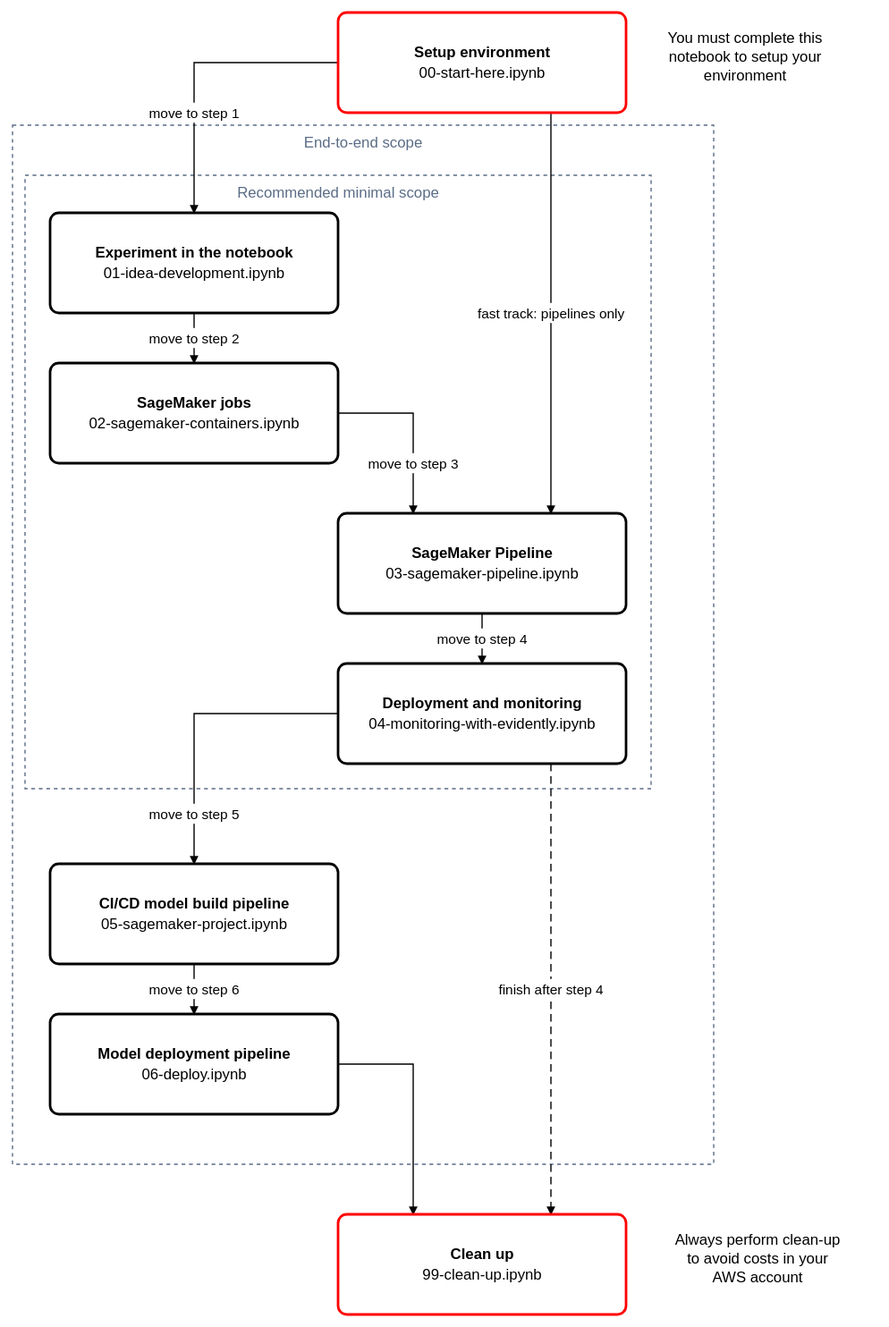
Earlier version of the draw.io export design/workshop-flow.drawio.svg (aws-samples/amazon-sagemaker-from-idea-to-production). Source tidied: cells renumbered, new cells last; positions are measured from the earlier drawing's top-left corner, leaving out a move shared by most shapes.
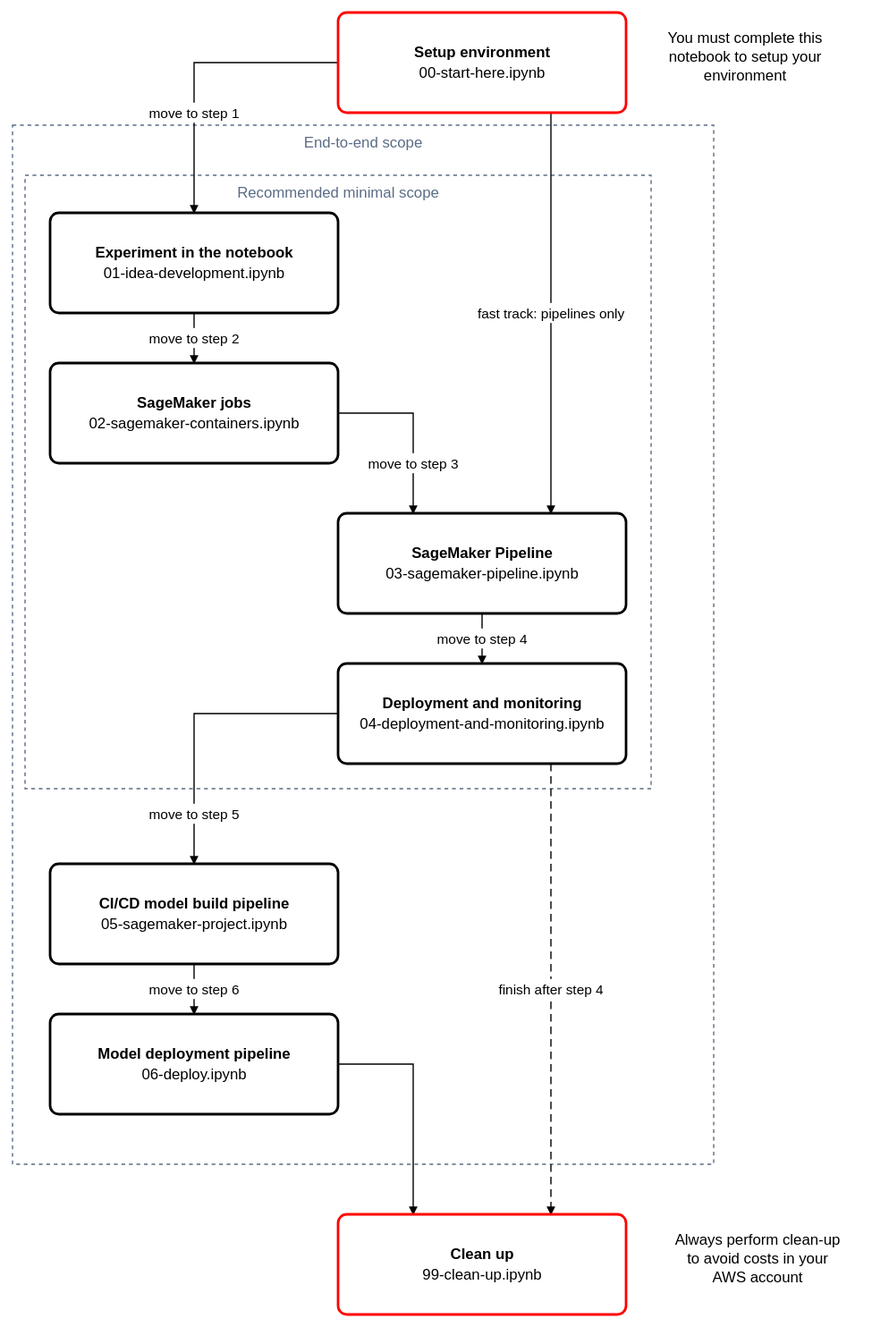
After the change.

Diff of the diagram source:
```diff
@@ -20,7 +20,7 @@
     <mxCell id="7" value="&lt;b&gt;SageMaker Pipeline&lt;/b&gt;&lt;br&gt;03-sagemaker-pipeline.ipynb" style="rounded=1;whiteSpace=wrap;html=1;absoluteArcSize=1;arcSize=14;strokeWidth=2;" parent="1" vertex="1">
       <mxGeometry x="260" y="400" width="230" height="80" as="geometry" />
     </mxCell>
-    <mxCell id="8" value="&lt;b&gt;Deployment and monitoring&lt;/b&gt;&lt;br&gt;04-monitoring-with-evidently.ipynb" style="rounded=1;whiteSpace=wrap;html=1;absoluteArcSize=1;arcSize=14;strokeWidth=2;" parent="1" vertex="1">
+    <mxCell id="8" value="&lt;b&gt;Deployment and monitoring&lt;/b&gt;&lt;br&gt;04-deployment-and-monitoring.ipynb" style="rounded=1;whiteSpace=wrap;html=1;absoluteArcSize=1;arcSize=14;strokeWidth=2;" parent="1" vertex="1">
       <mxGeometry x="260" y="520" width="230" height="80" as="geometry" />
     </mxCell>
     <mxCell id="9" value="&lt;b&gt;CI/CD model build pipeline&lt;/b&gt;&lt;br&gt;05-sagemaker-project.ipynb" style="rounded=1;whiteSpace=wrap;html=1;absoluteArcSize=1;arcSize=14;strokeWidth=2;" parent="1" vertex="1">
```
